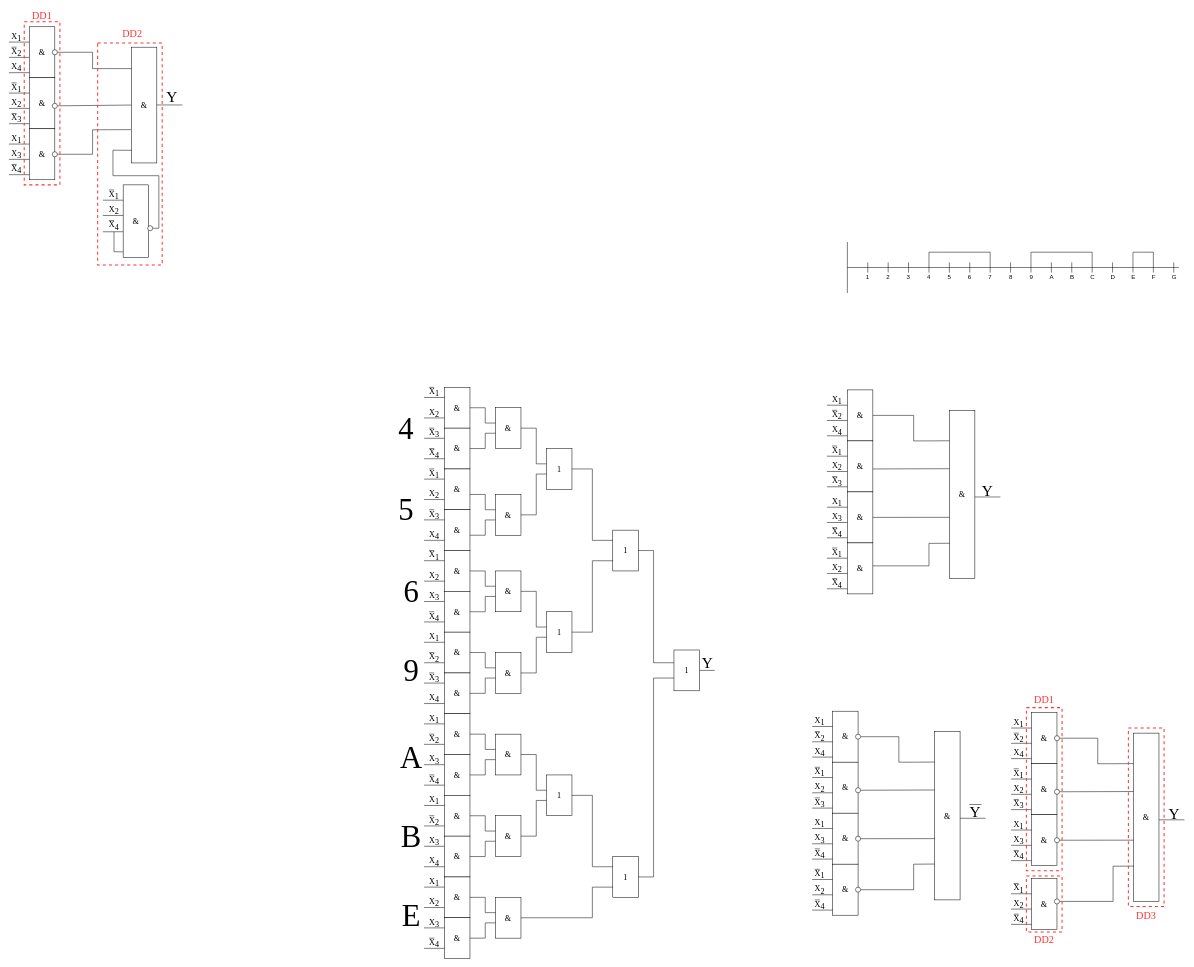
Hlebnica/arch_evm keeps this draw.io diagram as lab2/lab2_arc_evm.drawio. Above is the earlier version. Source tidied: cells renumbered, new cells numbered last; positions are measured from the earlier drawing's top-left corner, leaving out a move shared by most shapes. Both pictures are drawn from the tidied source at 51%, with x=0, y=0 at pixel (9, 9).
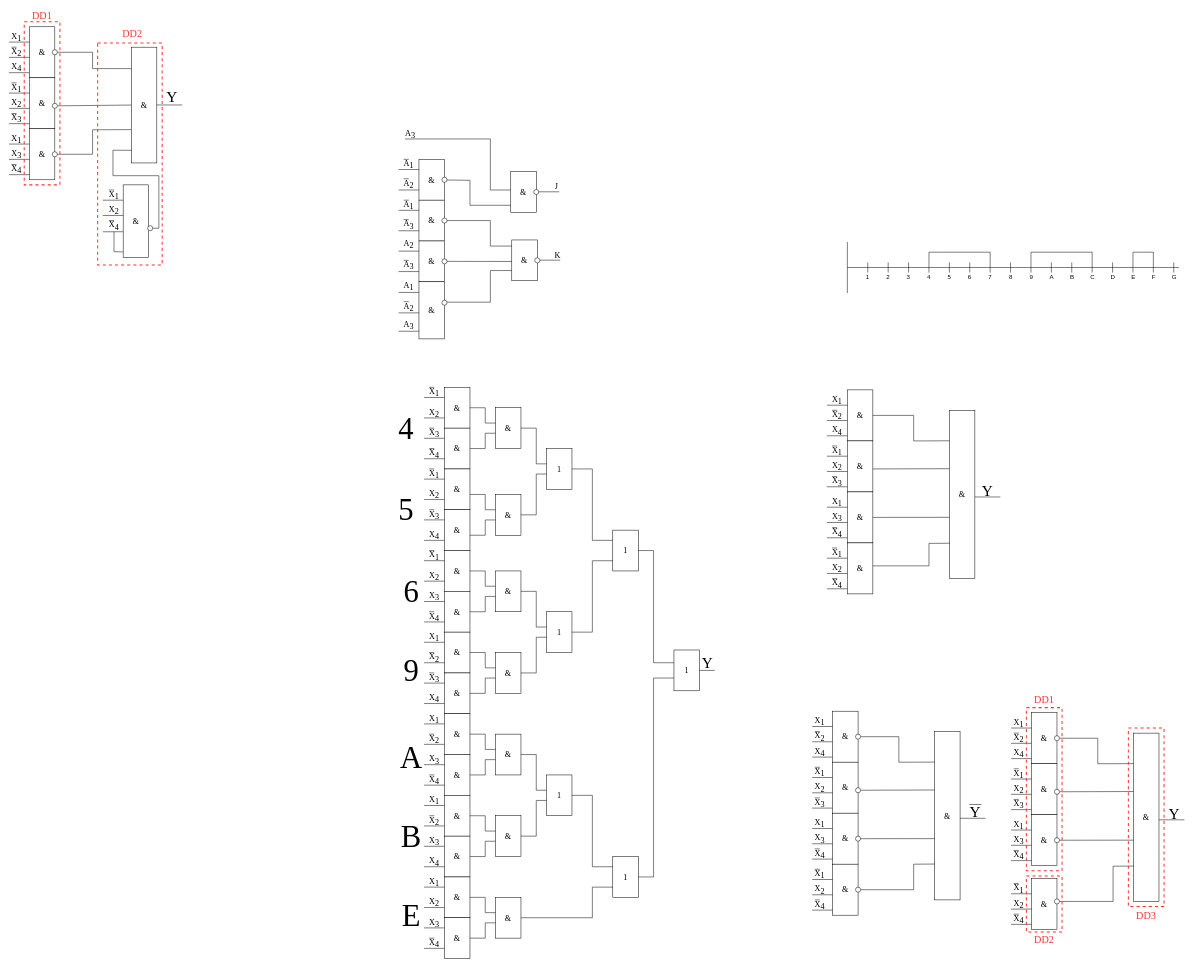
The same diagram, later.

What changed in the source:
```diff
@@
+    <mxCell id="358" value="&lt;font style=&quot;font-size: 16px;&quot;&gt;A&lt;sub style=&quot;font-size: 16px;&quot;&gt;1&lt;/sub&gt;&lt;/font&gt;" style="text;html=1;strokeColor=none;fillColor=none;align=center;verticalAlign=middle;whiteSpace=wrap;rounded=0;fontFamily=Times New Roman;fontSize=16;" parent="1" vertex="1">
+      <mxGeometry x="774" y="295" width="20" height="20" as="geometry" />
+    </mxCell>
+    <mxCell id="359" style="endArrow=none;html=1;rounded=0;fontFamily=Times New Roman;fontSize=16;exitX=0;exitY=0;exitDx=0;exitDy=0;entryX=0.5;entryY=0;entryDx=0;entryDy=0;" parent="1" edge="1" source="358" target="358">
+      <mxGeometry relative="1" as="geometry" />
+    </mxCell>
+    <mxCell id="360" value="&amp;amp;" style="rounded=0;whiteSpace=wrap;html=1;fontFamily=Times New Roman;fontSize=16;" parent="1" vertex="1">
+      <mxGeometry x="804" y="295" width="50" height="80" as="geometry" />
+    </mxCell>
+    <mxCell id="361" style="endArrow=none;html=1;rounded=0;fontFamily=Times New Roman;fontSize=16;" parent="1" edge="1">
+      <mxGeometry relative="1" as="geometry">
+        <mxPoint x="764" y="314.9" as="sourcePoint" />
+        <mxPoint x="804" y="314.9" as="targetPoint" />
+      </mxGeometry>
+    </mxCell>
+    <mxCell id="362" style="endArrow=none;html=1;rounded=0;fontFamily=Times New Roman;fontSize=16;" parent="1" edge="1">
+      <mxGeometry relative="1" as="geometry">
+        <mxPoint x="764" y="355" as="sourcePoint" />
+        <mxPoint x="804" y="355" as="targetPoint" />
+      </mxGeometry>
+    </mxCell>
+    <mxCell id="363" value="&lt;font style=&quot;font-size: 16px;&quot;&gt;A&lt;sub style=&quot;font-size: 16px;&quot;&gt;3&lt;/sub&gt;&lt;/font&gt;" style="text;html=1;strokeColor=none;fillColor=none;align=center;verticalAlign=middle;whiteSpace=wrap;rounded=0;fontFamily=Times New Roman;fontSize=16;" parent="1" vertex="1">
+      <mxGeometry x="776.5" y="235" width="20" height="20" as="geometry" />
+    </mxCell>
+    <mxCell id="364" style="ellipse;whiteSpace=wrap;html=1;strokeColor=#000000;strokeWidth=1;fontFamily=Times New Roman;fontSize=20;fontColor=#000000;fillColor=default;" parent="1" vertex="1">
+      <mxGeometry x="849" y="330" width="10" height="10" as="geometry" />
+    </mxCell>
+    <mxCell id="365" value="&lt;font style=&quot;font-size: 16px;&quot;&gt;A&lt;sub style=&quot;font-size: 16px;&quot;&gt;2&lt;/sub&gt;&lt;/font&gt;" style="text;html=1;strokeColor=none;fillColor=none;align=center;verticalAlign=middle;whiteSpace=wrap;rounded=0;fontFamily=Times New Roman;fontSize=16;" parent="1" vertex="1">
+      <mxGeometry x="774" y="333" width="20" height="20" as="geometry" />
+    </mxCell>
+    <mxCell id="366" style="endArrow=none;html=1;rounded=0;fontFamily=Times New Roman;fontSize=16;exitX=0;exitY=0;exitDx=0;exitDy=0;entryX=0.5;entryY=0;entryDx=0;entryDy=0;" parent="1" edge="1" source="365" target="365">
+      <mxGeometry relative="1" as="geometry" />
+    </mxCell>
+    <mxCell id="367" value="&amp;amp;" style="rounded=0;whiteSpace=wrap;html=1;fontFamily=Times New Roman;fontSize=16;" parent="1" vertex="1">
+      <mxGeometry x="984" y="319" width="50" height="80" as="geometry" />
+    </mxCell>
+    <mxCell id="368" style="ellipse;whiteSpace=wrap;html=1;strokeColor=#000000;strokeWidth=1;fontFamily=Times New Roman;fontSize=20;fontColor=#000000;fillColor=default;" parent="1" vertex="1">
+      <mxGeometry x="1029" y="354" width="10" height="10" as="geometry" />
+    </mxCell>
+    <mxCell id="369" style="endArrow=none;html=1;rounded=0;fontFamily=Times New Roman;fontSize=16;" parent="1" edge="1">
+      <mxGeometry relative="1" as="geometry">
+        <mxPoint x="1039" y="358.6" as="sourcePoint" />
+        <mxPoint x="1079" y="358.6" as="targetPoint" />
+      </mxGeometry>
+    </mxCell>
+    <mxCell id="370" value="J" style="text;html=1;strokeColor=none;fillColor=none;align=center;verticalAlign=middle;whiteSpace=wrap;rounded=0;fontFamily=Times New Roman;fontSize=16;" parent="1" vertex="1">
+      <mxGeometry x="1068" y="338" width="12" height="19" as="geometry" />
+    </mxCell>
+    <mxCell id="371" style="endArrow=none;html=1;rounded=0;exitX=-0.01;exitY=0.451;exitDx=0;exitDy=0;exitPerimeter=0;" parent="1" edge="1" source="367">
+      <mxGeometry relative="1" as="geometry">
+        <mxPoint x="776.5" y="255" as="targetPoint" />
+        <Array as="points">
+          <mxPoint x="944" y="355" />
+          <mxPoint x="944" y="255" />
+        </Array>
+      </mxGeometry>
+    </mxCell>
+    <mxCell id="372" style="endArrow=none;html=1;rounded=0;entryX=0;entryY=0.825;entryDx=0;entryDy=0;entryPerimeter=0;" parent="1" edge="1" target="367">
+      <mxGeometry relative="1" as="geometry">
+        <mxPoint x="859" y="335.5" as="sourcePoint" />
+        <Array as="points">
+          <mxPoint x="904" y="336" />
+          <mxPoint x="904" y="385" />
+        </Array>
+      </mxGeometry>
+    </mxCell>
+    <mxCell id="373" value="&amp;amp;" style="rounded=0;whiteSpace=wrap;html=1;fontFamily=Times New Roman;fontSize=16;" parent="1" vertex="1">
+      <mxGeometry x="986" y="453" width="50" height="80" as="geometry" />
+    </mxCell>
+    <mxCell id="374" style="ellipse;whiteSpace=wrap;html=1;strokeColor=#000000;strokeWidth=1;fontFamily=Times New Roman;fontSize=20;fontColor=#000000;fillColor=default;" parent="1" vertex="1">
+      <mxGeometry x="1031" y="488" width="10" height="10" as="geometry" />
+    </mxCell>
+    <mxCell id="375" style="endArrow=none;html=1;rounded=0;fontFamily=Times New Roman;fontSize=16;" parent="1" edge="1">
+      <mxGeometry relative="1" as="geometry">
+        <mxPoint x="1041" y="492.6" as="sourcePoint" />
+        <mxPoint x="1081" y="492.6" as="targetPoint" />
+      </mxGeometry>
+    </mxCell>
+    <mxCell id="376" value="K" style="text;html=1;strokeColor=none;fillColor=none;align=center;verticalAlign=middle;whiteSpace=wrap;rounded=0;fontFamily=Times New Roman;fontSize=16;" parent="1" vertex="1">
+      <mxGeometry x="1070" y="472" width="12" height="19" as="geometry" />
+    </mxCell>
+    <mxCell id="377" value="&lt;font style=&quot;font-size: 16px;&quot;&gt;A&lt;sub style=&quot;font-size: 16px;&quot;&gt;1&lt;/sub&gt;&lt;/font&gt;" style="text;html=1;strokeColor=none;fillColor=none;align=center;verticalAlign=middle;whiteSpace=wrap;rounded=0;fontFamily=Times New Roman;fontSize=16;" parent="1" vertex="1">
+      <mxGeometry x="774" y="375" width="20" height="20" as="geometry" />
+    </mxCell>
+    <mxCell id="378" style="endArrow=none;html=1;rounded=0;fontFamily=Times New Roman;fontSize=16;exitX=0;exitY=0;exitDx=0;exitDy=0;entryX=0.5;entryY=0;entryDx=0;entryDy=0;" parent="1" edge="1" source="377" target="377">
+      <mxGeometry relative="1" as="geometry" />
+    </mxCell>
+    <mxCell id="379" value="&amp;amp;" style="rounded=0;whiteSpace=wrap;html=1;fontFamily=Times New Roman;fontSize=16;" parent="1" vertex="1">
+      <mxGeometry x="804" y="375" width="50" height="80" as="geometry" />
+    </mxCell>
+    <mxCell id="380" style="endArrow=none;html=1;rounded=0;fontFamily=Times New Roman;fontSize=16;" parent="1" edge="1">
+      <mxGeometry relative="1" as="geometry">
+        <mxPoint x="764" y="394.9" as="sourcePoint" />
+        <mxPoint x="804" y="394.9" as="targetPoint" />
+      </mxGeometry>
+    </mxCell>
+    <mxCell id="381" style="endArrow=none;html=1;rounded=0;fontFamily=Times New Roman;fontSize=16;" parent="1" edge="1">
+      <mxGeometry relative="1" as="geometry">
+        <mxPoint x="764" y="435" as="sourcePoint" />
+        <mxPoint x="804" y="435" as="targetPoint" />
+      </mxGeometry>
+    </mxCell>
+    <mxCell id="382" style="ellipse;whiteSpace=wrap;html=1;strokeColor=#000000;strokeWidth=1;fontFamily=Times New Roman;fontSize=20;fontColor=#000000;fillColor=default;" parent="1" vertex="1">
+      <mxGeometry x="849" y="410" width="10" height="10" as="geometry" />
+    </mxCell>
+    <mxCell id="383" value="&lt;font style=&quot;font-size: 16px;&quot;&gt;A&lt;sub style=&quot;font-size: 16px;&quot;&gt;3&lt;/sub&gt;&lt;/font&gt;" style="text;html=1;strokeColor=none;fillColor=none;align=center;verticalAlign=middle;whiteSpace=wrap;rounded=0;fontFamily=Times New Roman;fontSize=16;" parent="1" vertex="1">
+      <mxGeometry x="774" y="413" width="20" height="20" as="geometry" />
+    </mxCell>
+    <mxCell id="384" style="endArrow=none;html=1;rounded=0;fontFamily=Times New Roman;fontSize=16;exitX=0;exitY=0;exitDx=0;exitDy=0;entryX=0.5;entryY=0;entryDx=0;entryDy=0;" parent="1" edge="1" source="383" target="383">
+      <mxGeometry relative="1" as="geometry" />
+    </mxCell>
+    <mxCell id="385" value="&amp;amp;" style="rounded=0;whiteSpace=wrap;html=1;fontFamily=Times New Roman;fontSize=16;" parent="1" vertex="1">
+      <mxGeometry x="804" y="455" width="50" height="80" as="geometry" />
+    </mxCell>
+    <mxCell id="386" style="endArrow=none;html=1;rounded=0;fontFamily=Times New Roman;fontSize=16;" parent="1" edge="1">
+      <mxGeometry relative="1" as="geometry">
+        <mxPoint x="764" y="474.9" as="sourcePoint" />
+        <mxPoint x="804" y="474.9" as="targetPoint" />
+      </mxGeometry>
+    </mxCell>
+    <mxCell id="387" style="endArrow=none;html=1;rounded=0;fontFamily=Times New Roman;fontSize=16;" parent="1" edge="1">
+      <mxGeometry relative="1" as="geometry">
+        <mxPoint x="764" y="515" as="sourcePoint" />
+        <mxPoint x="804" y="515" as="targetPoint" />
+      </mxGeometry>
+    </mxCell>
+    <mxCell id="388" style="ellipse;whiteSpace=wrap;html=1;strokeColor=#000000;strokeWidth=1;fontFamily=Times New Roman;fontSize=20;fontColor=#000000;fillColor=default;" parent="1" vertex="1">
+      <mxGeometry x="849" y="490" width="10" height="10" as="geometry" />
+    </mxCell>
+    <mxCell id="389" value="&lt;font style=&quot;font-size: 16px;&quot;&gt;A&lt;sub style=&quot;font-size: 16px;&quot;&gt;3&lt;/sub&gt;&lt;/font&gt;" style="text;html=1;strokeColor=none;fillColor=none;align=center;verticalAlign=middle;whiteSpace=wrap;rounded=0;fontFamily=Times New Roman;fontSize=16;" parent="1" vertex="1">
+      <mxGeometry x="774" y="493" width="20" height="20" as="geometry" />
+    </mxCell>
+    <mxCell id="390" style="endArrow=none;html=1;rounded=0;fontFamily=Times New Roman;fontSize=16;exitX=0;exitY=0;exitDx=0;exitDy=0;entryX=0.5;entryY=0;entryDx=0;entryDy=0;" parent="1" edge="1" source="389" target="389">
+      <mxGeometry relative="1" as="geometry" />
+    </mxCell>
+    <mxCell id="391" value="&lt;font style=&quot;font-size: 16px;&quot;&gt;A&lt;sub style=&quot;font-size: 16px;&quot;&gt;2&lt;/sub&gt;&lt;/font&gt;" style="text;html=1;strokeColor=none;fillColor=none;align=center;verticalAlign=middle;whiteSpace=wrap;rounded=0;fontFamily=Times New Roman;fontSize=16;" parent="1" vertex="1">
+      <mxGeometry x="774" y="452" width="20" height="20" as="geometry" />
+    </mxCell>
+    <mxCell id="392" value="&amp;amp;" style="rounded=0;whiteSpace=wrap;html=1;fontFamily=Times New Roman;fontSize=16;" parent="1" vertex="1">
+      <mxGeometry x="804" y="535" width="50" height="112" as="geometry" />
+    </mxCell>
+    <mxCell id="393" style="endArrow=none;html=1;rounded=0;fontFamily=Times New Roman;fontSize=16;" parent="1" edge="1">
+      <mxGeometry relative="1" as="geometry">
+        <mxPoint x="764" y="555.9" as="sourcePoint" />
+        <mxPoint x="804" y="555.9" as="targetPoint" />
+      </mxGeometry>
+    </mxCell>
+    <mxCell id="394" style="endArrow=none;html=1;rounded=0;fontFamily=Times New Roman;fontSize=16;" parent="1" edge="1">
+      <mxGeometry relative="1" as="geometry">
+        <mxPoint x="764" y="596" as="sourcePoint" />
+        <mxPoint x="804" y="596" as="targetPoint" />
+      </mxGeometry>
+    </mxCell>
+    <mxCell id="395" style="ellipse;whiteSpace=wrap;html=1;strokeColor=#000000;strokeWidth=1;fontFamily=Times New Roman;fontSize=20;fontColor=#000000;fillColor=default;" parent="1" vertex="1">
+      <mxGeometry x="849" y="571" width="10" height="10" as="geometry" />
+    </mxCell>
+    <mxCell id="396" value="&lt;font style=&quot;font-size: 16px;&quot;&gt;A&lt;sub style=&quot;font-size: 16px;&quot;&gt;2&lt;/sub&gt;&lt;/font&gt;" style="text;html=1;strokeColor=none;fillColor=none;align=center;verticalAlign=middle;whiteSpace=wrap;rounded=0;fontFamily=Times New Roman;fontSize=16;" parent="1" vertex="1">
+      <mxGeometry x="774" y="574" width="20" height="20" as="geometry" />
+    </mxCell>
+    <mxCell id="397" style="endArrow=none;html=1;rounded=0;fontFamily=Times New Roman;fontSize=16;exitX=0;exitY=0;exitDx=0;exitDy=0;entryX=0.5;entryY=0;entryDx=0;entryDy=0;" parent="1" edge="1" source="396" target="396">
+      <mxGeometry relative="1" as="geometry" />
+    </mxCell>
+    <mxCell id="398" value="&lt;font style=&quot;font-size: 16px;&quot;&gt;A&lt;sub style=&quot;font-size: 16px;&quot;&gt;1&lt;/sub&gt;&lt;/font&gt;" style="text;html=1;strokeColor=none;fillColor=none;align=center;verticalAlign=middle;whiteSpace=wrap;rounded=0;fontFamily=Times New Roman;fontSize=16;" parent="1" vertex="1">
+      <mxGeometry x="774" y="533" width="20" height="20" as="geometry" />
+    </mxCell>
+    <mxCell id="399" value="&lt;font style=&quot;font-size: 16px;&quot;&gt;A&lt;sub style=&quot;font-size: 16px;&quot;&gt;3&lt;/sub&gt;&lt;/font&gt;" style="text;html=1;strokeColor=none;fillColor=none;align=center;verticalAlign=middle;whiteSpace=wrap;rounded=0;fontFamily=Times New Roman;fontSize=16;" parent="1" vertex="1">
+      <mxGeometry x="773.5" y="610" width="20" height="20" as="geometry" />
+    </mxCell>
+    <mxCell id="400" style="endArrow=none;html=1;rounded=0;entryX=0;entryY=0.15;entryDx=0;entryDy=0;entryPerimeter=0;" parent="1" edge="1" target="373">
+      <mxGeometry relative="1" as="geometry">
+        <mxPoint x="859" y="415" as="sourcePoint" />
+        <Array as="points">
+          <mxPoint x="944" y="415" />
+          <mxPoint x="944" y="465" />
+        </Array>
+      </mxGeometry>
+    </mxCell>
+    <mxCell id="401" style="endArrow=none;html=1;rounded=0;exitX=1;exitY=0.5;exitDx=0;exitDy=0;entryX=0;entryY=0.528;entryDx=0;entryDy=0;entryPerimeter=0;" parent="1" edge="1" source="388" target="373">
+      <mxGeometry relative="1" as="geometry" />
+    </mxCell>
+    <mxCell id="402" style="endArrow=none;html=1;rounded=0;exitX=0.988;exitY=0.397;exitDx=0;exitDy=0;entryX=0;entryY=0.75;entryDx=0;entryDy=0;exitPerimeter=0;" parent="1" edge="1" source="395" target="373">
+      <mxGeometry relative="1" as="geometry">
+        <Array as="points">
+          <mxPoint x="944" y="575" />
+          <mxPoint x="944" y="513" />
+        </Array>
+      </mxGeometry>
+    </mxCell>
+    <mxCell id="403" style="endArrow=none;html=1;rounded=0;fontFamily=Times New Roman;fontSize=16;" parent="1" edge="1">
+      <mxGeometry relative="1" as="geometry">
+        <mxPoint x="764" y="632" as="sourcePoint" />
+        <mxPoint x="804" y="632" as="targetPoint" />
+      </mxGeometry>
+    </mxCell>
```
